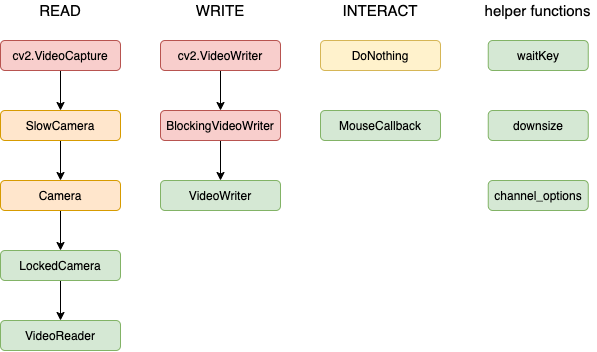
This is Overview.png from ES-Alexander/pythonic-cv, a draw.io export, as it was before one commit. Source tidied: cells renumbered, new cells last; positions are measured from the earlier drawing's top-left corner, leaving out a move shared by most shapes. Its diagram source:
```xml
<mxGraphModel background="#ffffff">
  <root>
    <mxCell id="0" />
    <mxCell id="1" parent="0" />
    <mxCell id="2" style="edgeStyle=orthogonalEdgeStyle;rounded=0;jettySize=auto;html=1;" parent="1" edge="1" source="3" target="4">
      <mxGeometry relative="1" as="geometry" />
    </mxCell>
    <mxCell id="3" value="BlockingVideoWriter" style="rounded=1;whiteSpace=wrap;html=1;fillColor=#f8cecc;strokeColor=#b85450;" parent="1" vertex="1">
      <mxGeometry x="160" y="110" width="120" height="30" as="geometry" />
    </mxCell>
    <mxCell id="4" value="VideoWriter" style="rounded=1;whiteSpace=wrap;html=1;fillColor=#d5e8d4;strokeColor=#82b366;" parent="1" vertex="1">
      <mxGeometry x="160" y="180" width="120" height="30" as="geometry" />
    </mxCell>
    <mxCell id="5" style="edgeStyle=orthogonalEdgeStyle;rounded=0;jettySize=auto;html=1;" parent="1" edge="1" source="6" target="8">
      <mxGeometry relative="1" as="geometry" />
    </mxCell>
    <mxCell id="6" value="SlowCamera" style="rounded=1;whiteSpace=wrap;html=1;fillColor=#ffe6cc;strokeColor=#d79b00;" parent="1" vertex="1">
      <mxGeometry y="110" width="120" height="30" as="geometry" />
    </mxCell>
    <mxCell id="7" style="edgeStyle=orthogonalEdgeStyle;rounded=0;jettySize=auto;html=1;" parent="1" edge="1" source="8" target="10">
      <mxGeometry relative="1" as="geometry" />
    </mxCell>
    <mxCell id="8" value="Camera" style="rounded=1;whiteSpace=wrap;html=1;fillColor=#ffe6cc;strokeColor=#d79b00;" parent="1" vertex="1">
      <mxGeometry y="180" width="120" height="30" as="geometry" />
    </mxCell>
    <mxCell id="9" style="edgeStyle=orthogonalEdgeStyle;rounded=0;jettySize=auto;html=1;" parent="1" edge="1" source="10" target="11">
      <mxGeometry relative="1" as="geometry" />
    </mxCell>
    <mxCell id="10" value="LockedCamera" style="rounded=1;whiteSpace=wrap;html=1;fillColor=#d5e8d4;strokeColor=#82b366;" parent="1" vertex="1">
      <mxGeometry y="250" width="120" height="30" as="geometry" />
    </mxCell>
    <mxCell id="11" value="VideoReader" style="rounded=1;whiteSpace=wrap;html=1;fillColor=#d5e8d4;strokeColor=#82b366;" parent="1" vertex="1">
      <mxGeometry y="320" width="120" height="30" as="geometry" />
    </mxCell>
    <mxCell id="12" value="MouseCallback" style="rounded=1;whiteSpace=wrap;html=1;fillColor=#d5e8d4;strokeColor=#82b366;" parent="1" vertex="1">
      <mxGeometry x="320" y="110" width="120" height="30" as="geometry" />
    </mxCell>
    <mxCell id="13" style="edgeStyle=orthogonalEdgeStyle;rounded=0;jettySize=auto;html=1;exitX=0.5;exitY=1;exitDx=0;exitDy=0;entryX=0.5;entryY=0;entryDx=0;entryDy=0;" parent="1" edge="1" source="14" target="3">
      <mxGeometry relative="1" as="geometry" />
    </mxCell>
    <mxCell id="14" value="cv2.VideoWriter" style="rounded=1;whiteSpace=wrap;html=1;fillColor=#f8cecc;strokeColor=#b85450;" parent="1" vertex="1">
      <mxGeometry x="160" y="40" width="120" height="30" as="geometry" />
    </mxCell>
    <mxCell id="15" style="edgeStyle=orthogonalEdgeStyle;rounded=0;jettySize=auto;html=1;exitX=0.5;exitY=1;exitDx=0;exitDy=0;entryX=0.5;entryY=0;entryDx=0;entryDy=0;" parent="1" edge="1" source="16" target="6">
      <mxGeometry relative="1" as="geometry" />
    </mxCell>
    <mxCell id="16" value="cv2.VideoCapture" style="rounded=1;whiteSpace=wrap;html=1;fillColor=#f8cecc;strokeColor=#b85450;" parent="1" vertex="1">
      <mxGeometry y="40" width="120" height="30" as="geometry" />
    </mxCell>
    <mxCell id="17" value="READ" style="text;html=1;strokeColor=none;fillColor=none;align=center;verticalAlign=middle;whiteSpace=wrap;rounded=0;fontSize=15;" parent="1" vertex="1">
      <mxGeometry x="40" width="40" height="20" as="geometry" />
    </mxCell>
    <mxCell id="18" value="WRITE" style="text;html=1;strokeColor=none;fillColor=none;align=center;verticalAlign=middle;whiteSpace=wrap;rounded=0;fontSize=15;" parent="1" vertex="1">
      <mxGeometry x="200" width="40" height="20" as="geometry" />
    </mxCell>
    <mxCell id="19" value="INTERACT" style="text;html=1;strokeColor=none;fillColor=none;align=center;verticalAlign=middle;whiteSpace=wrap;rounded=0;fontSize=15;" parent="1" vertex="1">
      <mxGeometry x="360" width="40" height="20" as="geometry" />
    </mxCell>
    <mxCell id="20" value="helper functions" style="text;html=1;strokeColor=none;fillColor=none;align=center;verticalAlign=middle;whiteSpace=wrap;rounded=0;fontSize=15;" parent="1" vertex="1">
      <mxGeometry x="480" width="115.5" height="20" as="geometry" />
    </mxCell>
    <mxCell id="21" value="waitKey" style="rounded=1;whiteSpace=wrap;html=1;fillColor=#d5e8d4;strokeColor=#82b366;" parent="1" vertex="1">
      <mxGeometry x="487.8" y="40" width="100" height="30" as="geometry" />
    </mxCell>
    <mxCell id="22" value="downsize" style="rounded=1;whiteSpace=wrap;html=1;fillColor=#d5e8d4;strokeColor=#82b366;" parent="1" vertex="1">
      <mxGeometry x="487.8" y="110" width="100" height="30" as="geometry" />
    </mxCell>
    <mxCell id="23" value="channel_options" style="rounded=1;whiteSpace=wrap;html=1;fillColor=#d5e8d4;strokeColor=#82b366;" parent="1" vertex="1">
      <mxGeometry x="487.8" y="180" width="100" height="30" as="geometry" />
    </mxCell>
    <mxCell id="24" value="DoNothing" style="rounded=1;whiteSpace=wrap;html=1;fillColor=#fff2cc;strokeColor=#d6b656;" parent="1" vertex="1">
      <mxGeometry x="320" y="40" width="120" height="30" as="geometry" />
    </mxCell>
  </root>
</mxGraphModel>
```
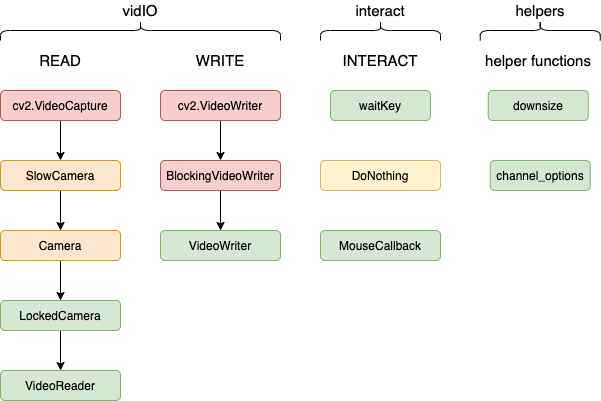
The same file after the commit.

Diff of the diagram source:
```diff
@@ -33,7 +33,7 @@
       <mxGeometry y="320" width="120" height="30" as="geometry" />
     </mxCell>
     <mxCell id="12" value="MouseCallback" style="rounded=1;whiteSpace=wrap;html=1;fillColor=#d5e8d4;strokeColor=#82b366;" parent="1" vertex="1">
-      <mxGeometry x="320" y="110" width="120" height="30" as="geometry" />
+      <mxGeometry x="320" y="180" width="120" height="30" as="geometry" />
     </mxCell>
     <mxCell id="13" style="edgeStyle=orthogonalEdgeStyle;rounded=0;jettySize=auto;html=1;exitX=0.5;exitY=1;exitDx=0;exitDy=0;entryX=0.5;entryY=0;entryDx=0;entryDy=0;" parent="1" edge="1" source="14" target="3">
       <mxGeometry relative="1" as="geometry" />
@@ -60,16 +60,34 @@
       <mxGeometry x="480" width="115.5" height="20" as="geometry" />
     </mxCell>
     <mxCell id="21" value="waitKey" style="rounded=1;whiteSpace=wrap;html=1;fillColor=#d5e8d4;strokeColor=#82b366;" parent="1" vertex="1">
-      <mxGeometry x="487.8" y="40" width="100" height="30" as="geometry" />
+      <mxGeometry x="330" y="40" width="100" height="30" as="geometry" />
     </mxCell>
     <mxCell id="22" value="downsize" style="rounded=1;whiteSpace=wrap;html=1;fillColor=#d5e8d4;strokeColor=#82b366;" parent="1" vertex="1">
-      <mxGeometry x="487.8" y="110" width="100" height="30" as="geometry" />
+      <mxGeometry x="487.8" y="40" width="100" height="30" as="geometry" />
     </mxCell>
     <mxCell id="23" value="channel_options" style="rounded=1;whiteSpace=wrap;html=1;fillColor=#d5e8d4;strokeColor=#82b366;" parent="1" vertex="1">
-      <mxGeometry x="487.8" y="180" width="100" height="30" as="geometry" />
+      <mxGeometry x="489.8" y="110" width="100" height="30" as="geometry" />
     </mxCell>
     <mxCell id="24" value="DoNothing" style="rounded=1;whiteSpace=wrap;html=1;fillColor=#fff2cc;strokeColor=#d6b656;" parent="1" vertex="1">
-      <mxGeometry x="320" y="40" width="120" height="30" as="geometry" />
+      <mxGeometry x="320" y="110" width="120" height="30" as="geometry" />
     </mxCell>
+    <mxCell id="25" style="shape=curlyBracket;whiteSpace=wrap;html=1;rounded=1;rotation=90;" parent="1" vertex="1">
+      <mxGeometry x="130" y="-160" width="20" height="280" as="geometry" />
+    </mxCell>
+    <mxCell id="26" style="shape=curlyBracket;whiteSpace=wrap;html=1;rounded=1;rotation=90;" parent="1" vertex="1">
+      <mxGeometry x="370" y="-80" width="20" height="120" as="geometry" />
+    </mxCell>
+    <mxCell id="27" style="shape=curlyBracket;whiteSpace=wrap;html=1;rounded=1;rotation=90;" parent="1" vertex="1">
+      <mxGeometry x="529.8" y="-80" width="20" height="120" as="geometry" />
+    </mxCell>
+    <mxCell id="28" value="vidIO" style="text;html=1;strokeColor=none;fillColor=none;align=center;verticalAlign=middle;whiteSpace=wrap;rounded=0;fontSize=15;" parent="1" vertex="1">
+      <mxGeometry x="120" y="-50" width="40" height="20" as="geometry" />
+    </mxCell>
+    <mxCell id="29" value="interact" style="text;html=1;strokeColor=none;fillColor=none;align=center;verticalAlign=middle;whiteSpace=wrap;rounded=0;fontSize=15;" parent="1" vertex="1">
+      <mxGeometry x="360" y="-50" width="40" height="20" as="geometry" />
+    </mxCell>
+    <mxCell id="30" value="helpers" style="text;html=1;strokeColor=none;fillColor=none;align=center;verticalAlign=middle;whiteSpace=wrap;rounded=0;fontSize=15;" parent="1" vertex="1">
+      <mxGeometry x="519.8" y="-50" width="40" height="20" as="geometry" />
+    </mxCell>
   </root>
 </mxGraphModel>
```
